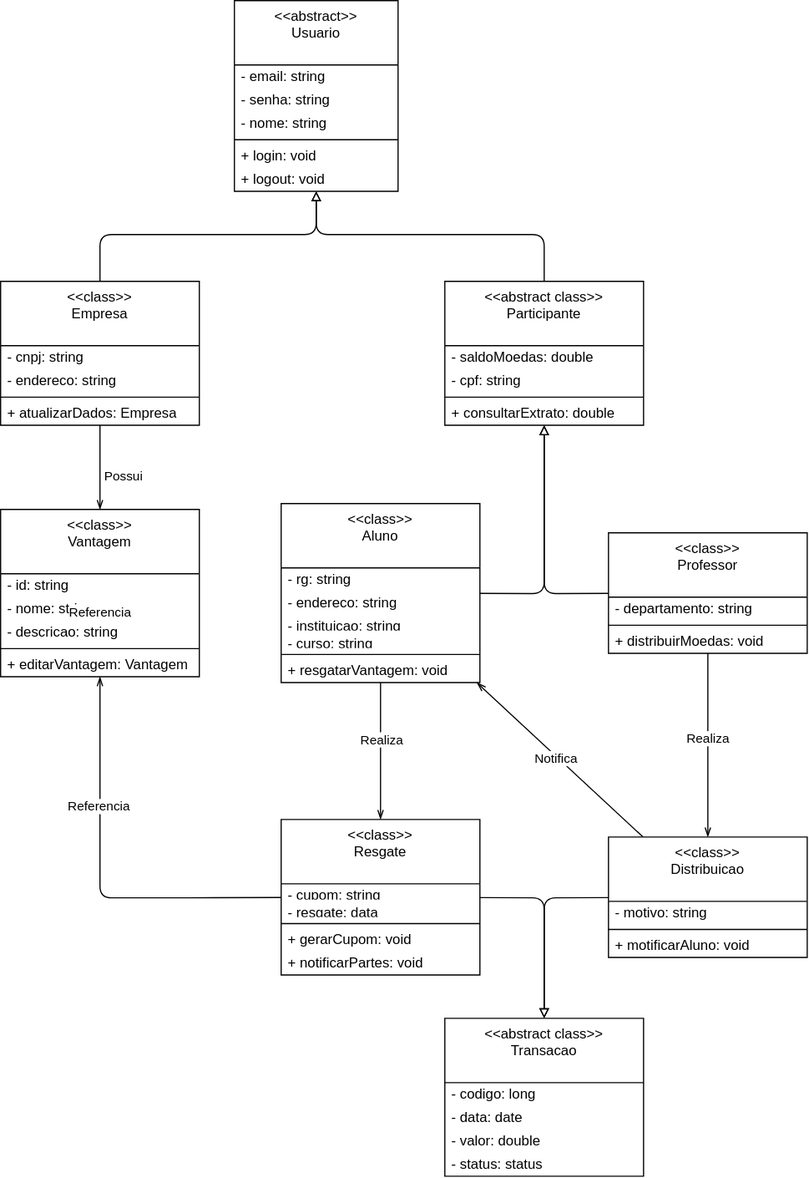
marcosffp/Sistema-Merito-Digital keeps this draw.io diagram as projeto/DiagramaDeClasse.drawio.svg. Above is the earlier version. Source tidied: cells renumbered, new cells last; positions are measured from the earlier drawing's top-left corner, leaving out a move shared by most shapes.
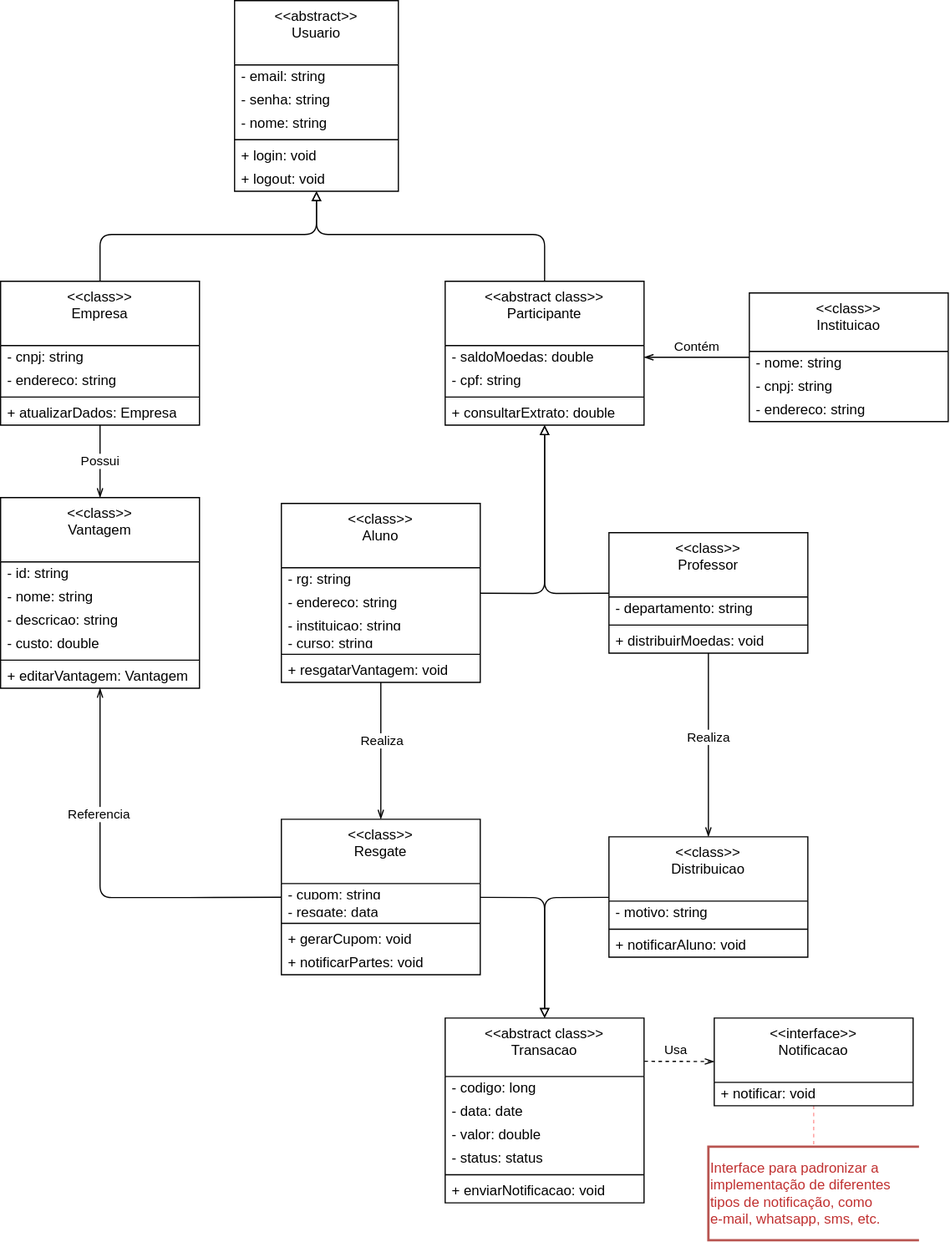
After the commit.

Commit message:
Adding `Instituição` Entity, `Notificacao` Interface to Class Diagram and fixing some relationships

Change to the diagram source:
```diff
@@ -28,7 +28,7 @@
     </mxCell>
     <mxCell id="10" value="Possui" style="edgeLabel;html=1;align=center;verticalAlign=middle;" parent="9" vertex="1">
       <mxGeometry x="0.34" y="3" relative="1" as="geometry">
-        <mxPoint x="17" y="-4" as="offset" />
+        <mxPoint x="-3" y="-11" as="offset" />
       </mxGeometry>
     </mxCell>
     <mxCell id="11" style="edgeStyle=none;html=1;endArrow=block;endFill=0;" parent="1" edge="1" source="12" target="2">
@@ -55,7 +55,7 @@
       <mxGeometry y="103" width="170" height="20" as="geometry" />
     </mxCell>
     <mxCell id="17" value="&amp;lt;&amp;lt;class&amp;gt;&amp;gt;&lt;div&gt;Vantagem&lt;/div&gt;" style="swimlane;fontStyle=0;align=center;verticalAlign=top;horizontal=1;startSize=55;html=1;whiteSpace=wrap;" parent="1" vertex="1">
-      <mxGeometry y="435" width="170" height="143" as="geometry" />
+      <mxGeometry y="425" width="170" height="163" as="geometry" />
     </mxCell>
     <mxCell id="18" value="- id: string" style="text;html=1;strokeColor=none;fillColor=none;align=left;verticalAlign=middle;spacingLeft=4;spacingRight=4;overflow=hidden;whiteSpace=wrap;" parent="17" vertex="1">
       <mxGeometry y="55" width="170" height="20" as="geometry" />
@@ -66,11 +66,14 @@
     <mxCell id="20" value="- descricao:&amp;nbsp;&lt;span style=&quot;font-family: monospace; font-size: 0px; text-wrap-mode: nowrap;&quot;&gt;%3CmxGraphModel%3E%3Croot%3E%3CmxCell%20id%3D%220%22%2F%3E%3CmxCell%20id%3D%221%22%20parent%3D%220%22%2F%3E%3CmxCell%20id%3D%222%22%20value%3D%22%26amp%3Blt%3B%26amp%3Blt%3Babstract%26amp%3Bgt%3B%26amp%3Bgt%3B%26lt%3Bdiv%26gt%3BUsuario%26lt%3B%2Fdiv%26gt%3B%22%20style%3D%22swimlane%3BfontStyle%3D0%3Balign%3Dcenter%3BverticalAlign%3Dtop%3BchildLayout%3DstackLayout%3Bhorizontal%3D1%3BstartSize%3D55%3BhorizontalStack%3D0%3BresizeParent%3D1%3BresizeParentMax%3D0%3BresizeLast%3D0%3Bcollapsible%3D0%3BmarginBottom%3D0%3Bhtml%3D1%3BwhiteSpace%3Dwrap%3B%22%20vertex%3D%221%22%20parent%3D%221%22%3E%3CmxGeometry%20x%3D%22260%22%20y%3D%2270%22%20width%3D%22140%22%20height%3D%22143%22%20as%3D%22geometry%22%2F%3E%3C%2FmxCell%3E%3CmxCell%20id%3D%223%22%20value%3D%22-%20login%3A%20string%22%20style%3D%22text%3Bhtml%3D1%3BstrokeColor%3Dnone%3BfillColor%3Dnone%3Balign%3Dleft%3BverticalAlign%3Dmiddle%3BspacingLeft%3D4%3BspacingRight%3D4%3Boverflow%3Dhidden%3Brotatable%3D0%3Bpoints%3D%5B%5B0%2C0.5%5D%2C%5B1%2C0.5%5D%5D%3BportConstraint%3Deastwest%3BwhiteSpace%3Dwrap%3B%22%20vertex%3D%221%22%20parent%3D%222%22%3E%3CmxGeometry%20y%3D%2255%22%20width%3D%22140%22%20height%3D%2220%22%20as%3D%22geometry%22%2F%3E%3C%2FmxCell%3E%3CmxCell%20id%3D%224%22%20value%3D%22-%20senha%3A%20string%22%20style%3D%22text%3Bhtml%3D1%3BstrokeColor%3Dnone%3BfillColor%3Dnone%3Balign%3Dleft%3BverticalAlign%3Dmiddle%3BspacingLeft%3D4%3BspacingRight%3D4%3Boverflow%3Dhidden%3Brotatable%3D0%3Bpoints%3D%5B%5B0%2C0.5%5D%2C%5B1%2C0.5%5D%5D%3BportConstraint%3Deastwest%3BwhiteSpace%3Dwrap%3B%22%20vertex%3D%221%22%20parent%3D%222%22%3E%3CmxGeometry%20y%3D%2275%22%20width%3D%22140%22%20height%3D%2220%22%20as%3D%22geometry%22%2F%3E%3C%2FmxCell%3E%3CmxCell%20id%3D%225%22%20value%3D%22%22%20style%3D%22line%3BstrokeWidth%3D1%3BfillColor%3Dnone%3Balign%3Dleft%3BverticalAlign%3Dmiddle%3BspacingTop%3D-1%3BspacingLeft%3D3%3BspacingRight%3D3%3Brotatable%3D0%3BlabelPosition%3Dright%3Bpoints%3D%5B%5D%3BportConstraint%3Deastwest%3B%22%20vertex%3D%221%22%20parent%3D%222%22%3E%3CmxGeometry%20y%3D%2295%22%20width%3D%22140%22%20height%3D%228%22%20as%3D%22geometry%22%2F%3E%3C%2FmxCell%3E%3CmxCell%20id%3D%226%22%20value%3D%22%2B%20login%3A%20void%22%20style%3D%22text%3Bhtml%3D1%3BstrokeColor%3Dnone%3BfillColor%3Dnone%3Balign%3Dleft%3BverticalAlign%3Dmiddle%3BspacingLeft%3D4%3BspacingRight%3D4%3Boverflow%3Dhidden%3Brotatable%3D0%3Bpoints%3D%5B%5B0%2C0.5%5D%2C%5B1%2C0.5%5D%5D%3BportConstraint%3Deastwest%3BwhiteSpace%3Dwrap%3B%22%20vertex%3D%221%22%20parent%3D%222%22%3E%3CmxGeometry%20y%3D%22103%22%20width%3D%22140%22%20height%3D%2220%22%20as%3D%22geometry%22%2F%3E%3C%2FmxCell%3E%3CmxCell%20id%3D%227%22%20value%3D%22%2B%20logout%3A%20void%22%20style%3D%22text%3Bhtml%3D1%3BstrokeColor%3Dnone%3BfillColor%3Dnone%3Balign%3Dleft%3BverticalAlign%3Dmiddle%3BspacingLeft%3D4%3BspacingRight%3D4%3Boverflow%3Dhidden%3Brotatable%3D0%3Bpoints%3D%5B%5B0%2C0.5%5D%2C%5B1%2C0.5%5D%5D%3BportConstraint%3Deastwest%3BwhiteSpace%3Dwrap%3B%22%20vertex%3D%221%22%20parent%3D%222%22%3E%3CmxGeometry%20y%3D%22123%22%20width%3D%22140%22%20height%3D%2220%22%20as%3D%22geometry%22%2F%3E%3C%2FmxCell%3E%3C%2Froot%3E%3C%2FmxGraphModel%3E&lt;/span&gt;string" style="text;html=1;strokeColor=none;fillColor=none;align=left;verticalAlign=middle;spacingLeft=4;spacingRight=4;overflow=hidden;whiteSpace=wrap;" parent="17" vertex="1">
       <mxGeometry y="95" width="170" height="20" as="geometry" />
     </mxCell>
+    <mxCell id="68" value="- custo: double" style="text;html=1;strokeColor=none;fillColor=none;align=left;verticalAlign=middle;spacingLeft=4;spacingRight=4;overflow=hidden;whiteSpace=wrap;" parent="17" vertex="1">
+      <mxGeometry y="115" width="170" height="20" as="geometry" />
+    </mxCell>
     <mxCell id="21" style="line;strokeWidth=1;fillColor=none;align=left;verticalAlign=middle;spacingTop=-1;spacingLeft=3;spacingRight=3;labelPosition=right;" parent="17" vertex="1">
-      <mxGeometry y="115" width="170" height="8" as="geometry" />
+      <mxGeometry y="135" width="170" height="8" as="geometry" />
     </mxCell>
     <mxCell id="22" value="+ editarVantagem: Vantagem" style="text;html=1;strokeColor=none;fillColor=none;align=left;verticalAlign=middle;spacingLeft=4;spacingRight=4;overflow=hidden;whiteSpace=wrap;" parent="17" vertex="1">
-      <mxGeometry y="123" width="170" height="20" as="geometry" />
+      <mxGeometry y="143" width="170" height="20" as="geometry" />
     </mxCell>
     <mxCell id="23" style="edgeStyle=none;html=1;endArrow=block;endFill=0;" parent="1" edge="1" source="24" target="2">
       <mxGeometry relative="1" as="geometry">
@@ -154,21 +157,27 @@
     <mxCell id="45" value="+ distribuirMoedas: void" style="text;html=1;strokeColor=none;fillColor=none;align=left;verticalAlign=middle;spacingLeft=4;spacingRight=4;overflow=hidden;whiteSpace=wrap;" parent="42" vertex="1">
       <mxGeometry y="83" width="170" height="20" as="geometry" />
     </mxCell>
-    <mxCell id="46" value="&amp;lt;&amp;lt;abstract class&amp;gt;&amp;gt;&lt;div&gt;Transacao&lt;/div&gt;" style="swimlane;fontStyle=0;align=center;verticalAlign=top;horizontal=1;startSize=55;html=1;whiteSpace=wrap;" parent="1" vertex="1">
-      <mxGeometry x="380" y="870" width="170" height="135" as="geometry" />
+    <mxCell id="46" value="&amp;lt;&amp;lt;abstract class&amp;gt;&amp;gt;&lt;div&gt;Transacao&lt;/div&gt;" style="swimlane;fontStyle=0;align=center;verticalAlign=top;horizontal=1;startSize=50;html=1;whiteSpace=wrap;" parent="1" vertex="1">
+      <mxGeometry x="380" y="870" width="170" height="158" as="geometry" />
     </mxCell>
     <mxCell id="47" value="- codigo: long" style="text;html=1;strokeColor=none;fillColor=none;align=left;verticalAlign=middle;spacingLeft=4;spacingRight=4;overflow=hidden;whiteSpace=wrap;" parent="46" vertex="1">
-      <mxGeometry y="55" width="170" height="20" as="geometry" />
+      <mxGeometry y="50" width="170" height="20" as="geometry" />
     </mxCell>
     <mxCell id="48" value="- data: date" style="text;html=1;strokeColor=none;fillColor=none;align=left;verticalAlign=middle;spacingLeft=4;spacingRight=4;overflow=hidden;whiteSpace=wrap;" parent="46" vertex="1">
-      <mxGeometry y="75" width="170" height="20" as="geometry" />
+      <mxGeometry y="70" width="170" height="20" as="geometry" />
     </mxCell>
     <mxCell id="49" value="- valor: double" style="text;html=1;strokeColor=none;fillColor=none;align=left;verticalAlign=middle;spacingLeft=4;spacingRight=4;overflow=hidden;whiteSpace=wrap;" parent="46" vertex="1">
-      <mxGeometry y="95" width="170" height="20" as="geometry" />
+      <mxGeometry y="90" width="170" height="20" as="geometry" />
     </mxCell>
     <mxCell id="50" value="- status: status" style="text;html=1;strokeColor=none;fillColor=none;align=left;verticalAlign=middle;spacingLeft=4;spacingRight=4;overflow=hidden;whiteSpace=wrap;" parent="46" vertex="1">
-      <mxGeometry y="115" width="170" height="20" as="geometry" />
+      <mxGeometry y="110" width="170" height="20" as="geometry" />
     </mxCell>
+    <mxCell id="69" style="line;strokeWidth=1;fillColor=none;align=left;verticalAlign=middle;spacingTop=-1;spacingLeft=3;spacingRight=3;labelPosition=right;" parent="46" vertex="1">
+      <mxGeometry y="130" width="170" height="8" as="geometry" />
+    </mxCell>
+    <mxCell id="70" value="+ enviarNotificacao: void" style="text;html=1;strokeColor=none;fillColor=none;align=left;verticalAlign=middle;spacingLeft=4;spacingRight=4;overflow=hidden;whiteSpace=wrap;" parent="46" vertex="1">
+      <mxGeometry y="138" width="170" height="20" as="geometry" />
+    </mxCell>
     <mxCell id="51" style="edgeStyle=none;html=1;endArrow=block;endFill=0;" parent="1" edge="1" source="54" target="46">
       <mxGeometry relative="1" as="geometry">
         <Array as="points">
@@ -176,14 +185,6 @@
         </Array>
       </mxGeometry>
     </mxCell>
-    <mxCell id="52" style="edgeStyle=none;html=1;endArrow=openThin;endFill=0;" parent="1" edge="1" source="54" target="32">
-      <mxGeometry relative="1" as="geometry" />
-    </mxCell>
-    <mxCell id="53" value="Notifica" style="edgeLabel;html=1;align=center;verticalAlign=middle;" parent="52" vertex="1">
-      <mxGeometry x="0.05" y="2" relative="1" as="geometry">
-        <mxPoint x="1" as="offset" />
-      </mxGeometry>
-    </mxCell>
     <mxCell id="54" value="&amp;lt;&amp;lt;class&amp;gt;&amp;gt;&lt;div&gt;Distribuicao&lt;/div&gt;" style="swimlane;fontStyle=0;align=center;verticalAlign=top;horizontal=1;startSize=55;html=1;whiteSpace=wrap;" parent="1" vertex="1">
       <mxGeometry x="520" y="715" width="170" height="103" as="geometry" />
     </mxCell>
@@ -193,7 +194,7 @@
     <mxCell id="56" style="line;strokeWidth=1;fillColor=none;align=left;verticalAlign=middle;spacingTop=-1;spacingLeft=3;spacingRight=3;labelPosition=right;" parent="54" vertex="1">
       <mxGeometry y="75" width="170" height="8" as="geometry" />
     </mxCell>
-    <mxCell id="57" value="+ motificarAluno: void" style="text;html=1;strokeColor=none;fillColor=none;align=left;verticalAlign=middle;spacingLeft=4;spacingRight=4;overflow=hidden;whiteSpace=wrap;" parent="54" vertex="1">
+    <mxCell id="57" value="+ notificarAluno: void" style="text;html=1;strokeColor=none;fillColor=none;align=left;verticalAlign=middle;spacingLeft=4;spacingRight=4;overflow=hidden;whiteSpace=wrap;" parent="54" vertex="1">
       <mxGeometry y="83" width="170" height="20" as="geometry" />
     </mxCell>
     <mxCell id="58" style="edgeStyle=none;html=1;endArrow=block;endFill=0;" parent="1" edge="1" source="59" target="46">
@@ -229,13 +230,48 @@
         </Array>
       </mxGeometry>
     </mxCell>
-    <mxCell id="66" value="Referencia" style="edgeLabel;html=1;align=center;verticalAlign=middle;" parent="65" vertex="1">
-      <mxGeometry x="0.29" y="1" relative="1" as="geometry">
-        <mxPoint x="1" y="-177" as="offset" />
-      </mxGeometry>
-    </mxCell>
     <mxCell id="67" value="Referencia" style="edgeLabel;html=1;align=center;verticalAlign=middle;" parent="65" vertex="1">
       <mxGeometry x="0.36" y="1" relative="1" as="geometry" />
     </mxCell>
+    <mxCell id="71" style="edgeStyle=none;html=1;endArrow=none;endFill=0;strokeColor=#FF9999;dashed=1;" parent="1" edge="1" source="72" target="76">
+      <mxGeometry relative="1" as="geometry" />
+    </mxCell>
+    <mxCell id="72" value="&amp;lt;&amp;lt;interface&amp;gt;&amp;gt;&lt;div&gt;Notificacao&lt;/div&gt;" style="swimlane;fontStyle=0;align=center;verticalAlign=top;horizontal=1;startSize=55;html=1;whiteSpace=wrap;" parent="1" vertex="1">
+      <mxGeometry x="610" y="870" width="170" height="75" as="geometry" />
+    </mxCell>
+    <mxCell id="73" value="+ notificar: void" style="text;html=1;strokeColor=none;fillColor=none;align=left;verticalAlign=middle;spacingLeft=4;spacingRight=4;overflow=hidden;whiteSpace=wrap;" parent="72" vertex="1">
+      <mxGeometry y="55" width="170" height="20" as="geometry" />
+    </mxCell>
+    <mxCell id="74" style="edgeStyle=none;html=1;endArrow=openThin;endFill=0;dashed=1;exitX=1.002;exitY=0.234;exitDx=0;exitDy=0;exitPerimeter=0;" parent="1" edge="1" source="46" target="72">
+      <mxGeometry relative="1" as="geometry" />
+    </mxCell>
+    <mxCell id="75" value="Usa" style="edgeLabel;html=1;align=center;verticalAlign=middle;" parent="74" vertex="1">
+      <mxGeometry x="-0.12" y="2" relative="1" as="geometry">
+        <mxPoint y="-8" as="offset" />
+      </mxGeometry>
+    </mxCell>
+    <mxCell id="76" value="&lt;span style=&quot;background-color: light-dark(#ffffff, var(--ge-dark-color, #121212));&quot;&gt;&lt;font style=&quot;color: light-dark(rgb(192, 48, 48), rgb(237, 237, 237));&quot;&gt;&amp;nbsp; Interface para padronizar a&lt;/font&gt;&lt;/span&gt;&lt;div&gt;&lt;span style=&quot;background-color: light-dark(#ffffff, var(--ge-dark-color, #121212));&quot;&gt;&lt;font style=&quot;color: light-dark(rgb(192, 48, 48), rgb(237, 237, 237));&quot;&gt;&amp;nbsp; implementação de diferentes&amp;nbsp;&lt;/font&gt;&lt;/span&gt;&lt;/div&gt;&lt;div&gt;&lt;span style=&quot;background-color: light-dark(#ffffff, var(--ge-dark-color, #121212));&quot;&gt;&lt;font style=&quot;color: light-dark(rgb(192, 48, 48), rgb(237, 237, 237));&quot;&gt;&amp;nbsp; tipos de notificação, como&amp;nbsp;&lt;/font&gt;&lt;/span&gt;&lt;/div&gt;&lt;div&gt;&lt;span style=&quot;background-color: light-dark(#ffffff, var(--ge-dark-color, #121212));&quot;&gt;&lt;font style=&quot;color: light-dark(rgb(192, 48, 48), rgb(237, 237, 237));&quot;&gt;&amp;nbsp; e-mail, whatsapp, sms, etc.&lt;/font&gt;&lt;/span&gt;&lt;/div&gt;" style="strokeWidth=2;html=1;shape=mxgraph.flowchart.annotation_1;align=left;fillColor=#f8cecc;strokeColor=#b85450;" parent="1" vertex="1">
+      <mxGeometry x="605" y="980" width="180" height="80" as="geometry" />
+    </mxCell>
+    <mxCell id="77" value="&amp;lt;&amp;lt;class&amp;gt;&amp;gt;&lt;div&gt;Instituicao&lt;/div&gt;" style="swimlane;fontStyle=0;align=center;verticalAlign=top;horizontal=1;startSize=50;html=1;whiteSpace=wrap;" parent="1" vertex="1">
+      <mxGeometry x="640" y="250" width="170" height="110" as="geometry" />
+    </mxCell>
+    <mxCell id="78" value="- nome: string" style="text;html=1;strokeColor=none;fillColor=none;align=left;verticalAlign=middle;spacingLeft=4;spacingRight=4;overflow=hidden;whiteSpace=wrap;" parent="77" vertex="1">
+      <mxGeometry y="50" width="170" height="20" as="geometry" />
+    </mxCell>
+    <mxCell id="79" value="- cnpj: string" style="text;html=1;strokeColor=none;fillColor=none;align=left;verticalAlign=middle;spacingLeft=4;spacingRight=4;overflow=hidden;whiteSpace=wrap;" parent="77" vertex="1">
+      <mxGeometry y="70" width="170" height="20" as="geometry" />
+    </mxCell>
+    <mxCell id="80" value="- endereco: string" style="text;html=1;strokeColor=none;fillColor=none;align=left;verticalAlign=middle;spacingLeft=4;spacingRight=4;overflow=hidden;whiteSpace=wrap;" parent="77" vertex="1">
+      <mxGeometry y="90" width="170" height="20" as="geometry" />
+    </mxCell>
+    <mxCell id="81" style="edgeStyle=none;html=1;endArrow=openThin;endFill=0;" parent="1" edge="1" source="77" target="25">
+      <mxGeometry relative="1" as="geometry" />
+    </mxCell>
+    <mxCell id="82" value="Contém" style="edgeLabel;html=1;align=center;verticalAlign=middle;" parent="81" vertex="1">
+      <mxGeometry x="0.01" relative="1" as="geometry">
+        <mxPoint y="-9" as="offset" />
+      </mxGeometry>
+    </mxCell>
   </root>
 </mxGraphModel>
```
